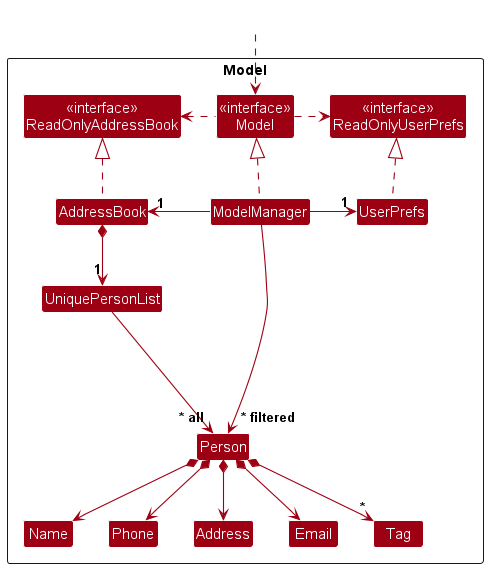
This is docs/images/ModelClassDiagram.png from nus-cs2103-AY2425S1/tp, a PlantUML export, as it was before one commit.
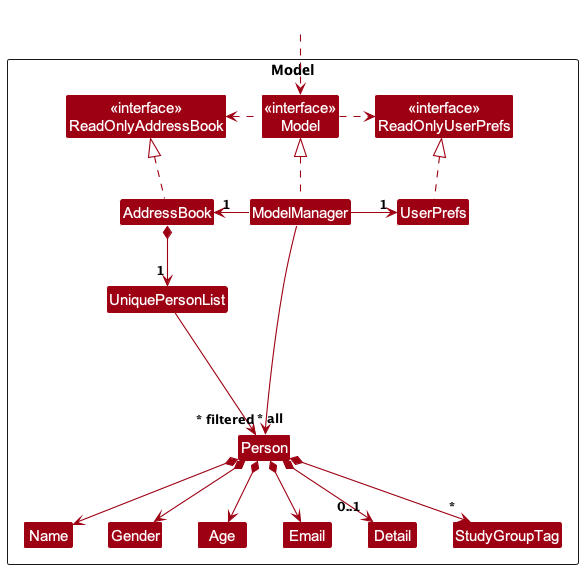
The same file after the commit.

Change to the diagram source:
```diff
@@ -14,11 +14,12 @@
 
 Class UniquePersonList
 Class Person
-Class Address
+Class Gender
 Class Email
 Class Name
-Class Phone
-Class Tag
+Class Age
+Class Detail
+Class StudyGroupTag
 
 Class I #FFFFFF
 }
@@ -38,17 +39,18 @@
 AddressBook *--> "1" UniquePersonList
 UniquePersonList --> "~* all" Person
 Person *--> Name
-Person *--> Phone
+Person *--> Gender
 Person *--> Email
-Person *--> Address
-Person *--> "*" Tag
+Person *--> Age
+Person *--> "0..1" Detail
+Person *--> "*" StudyGroupTag
 
 Person -[hidden]up--> I
 UniquePersonList -[hidden]right-> I
 
-Name -[hidden]right-> Phone
-Phone -[hidden]right-> Address
-Address -[hidden]right-> Email
+Name -[hidden]right-> Gender
+Gender -[hidden]right-> Age
+Age -[hidden]right-> Email
 
 ModelManager --> "~* filtered" Person
 @enduml
```
